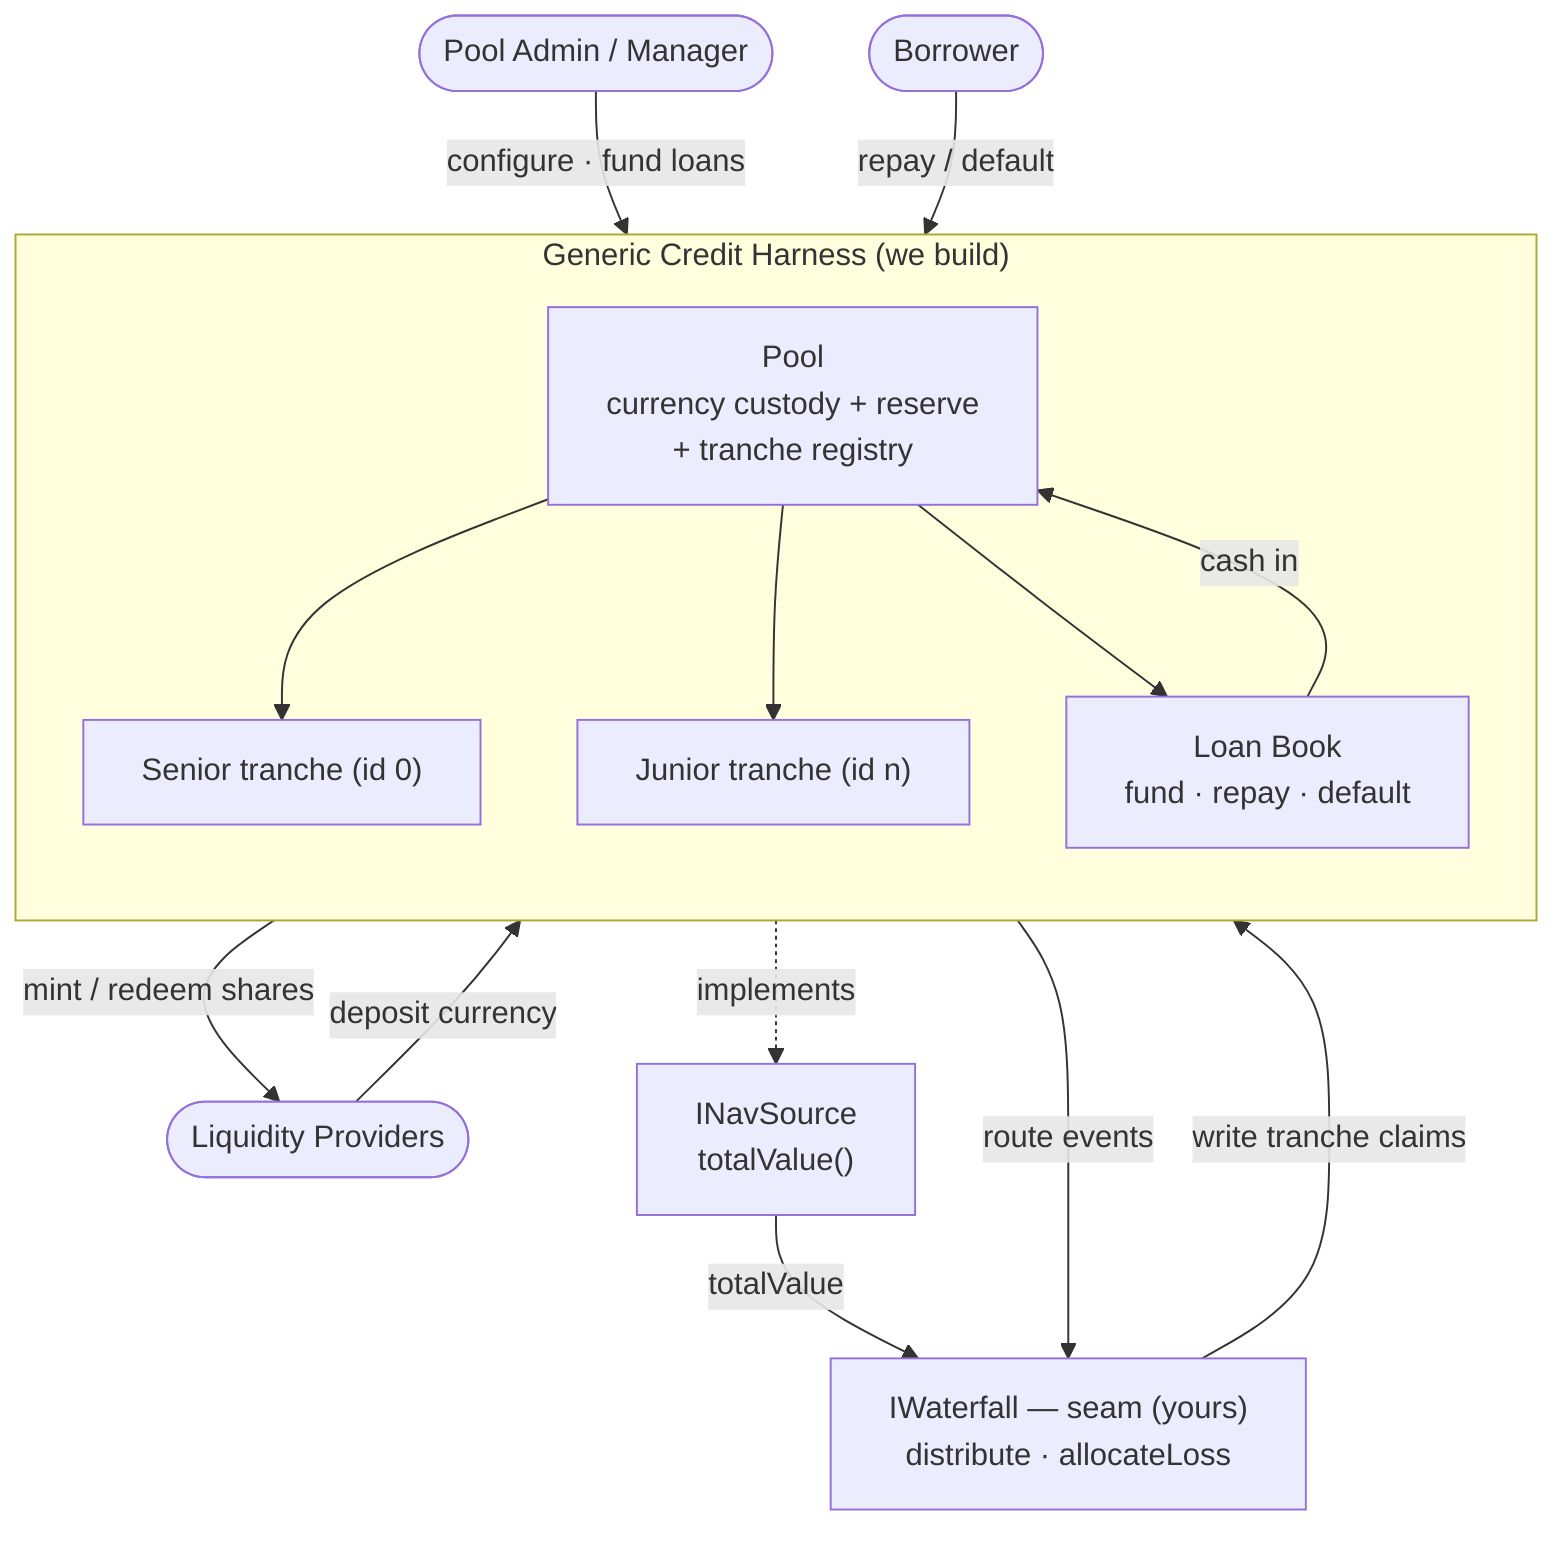
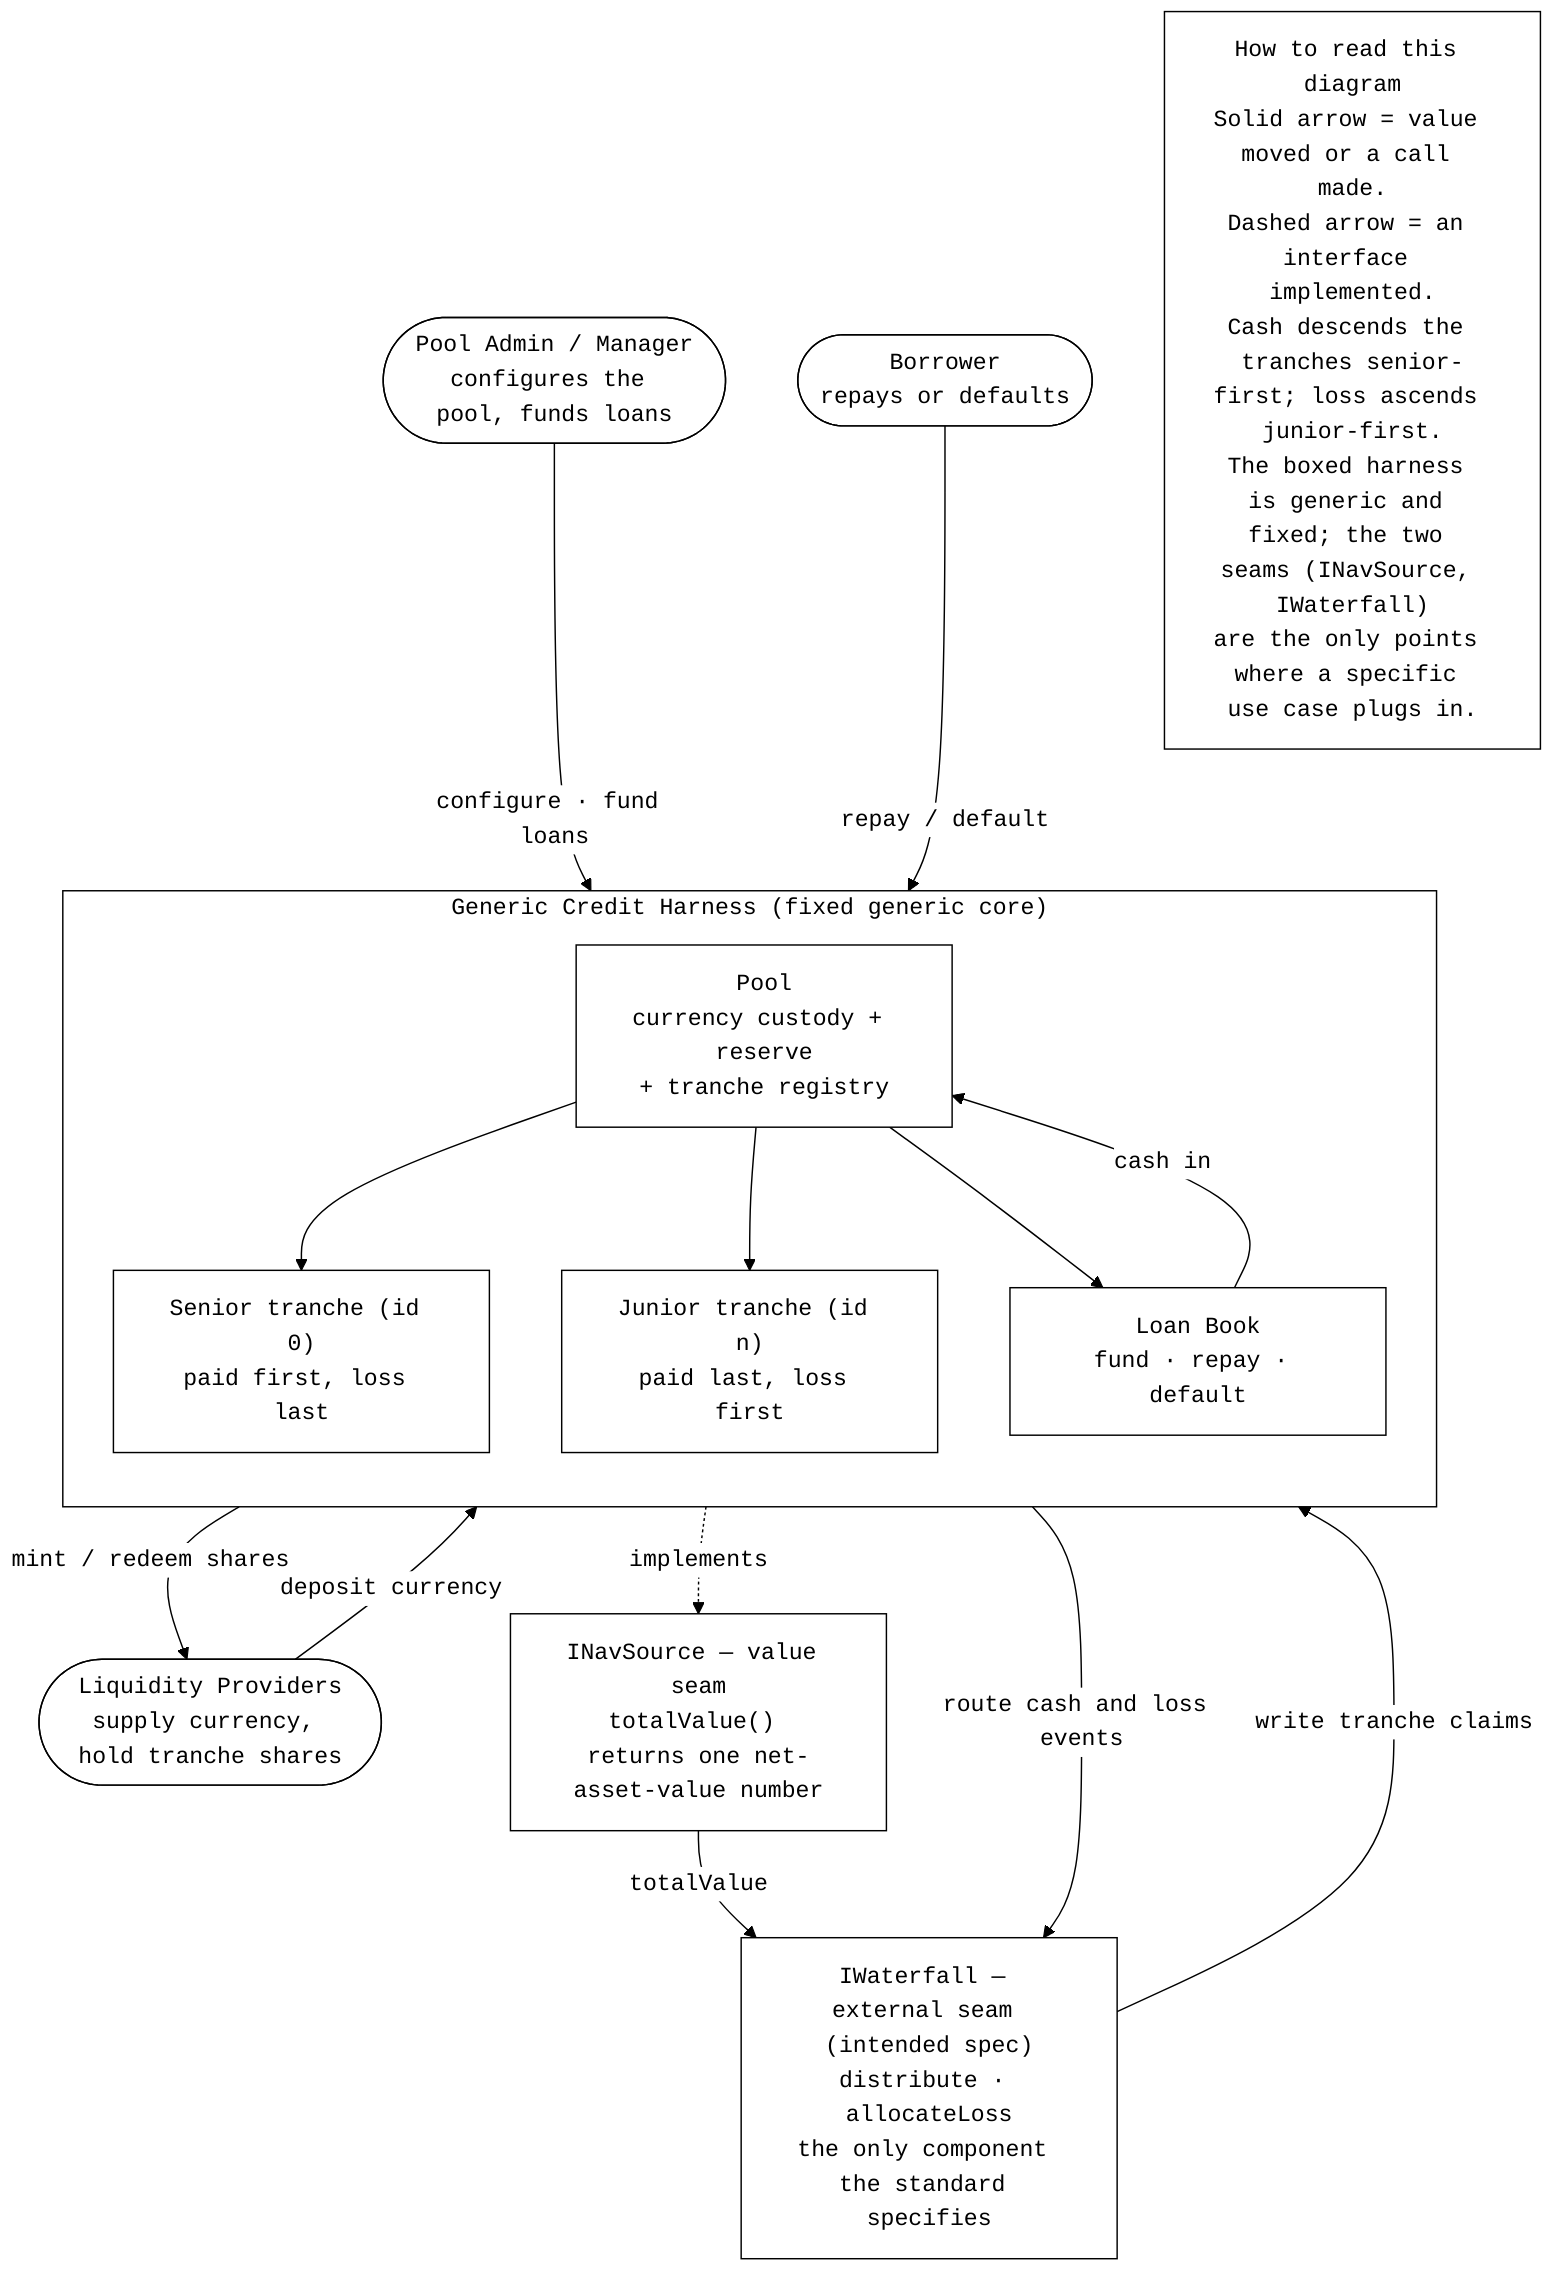
+ %%{init: {'theme':'base','themeVariables':{'primaryColor':'#ffffff','primaryTextColor':'#000000','primaryBorderColor':'#000000','lineColor':'#000000','secondaryColor':'#ffffff','secondaryTextColor':'#000000','secondaryBorderColor':'#000000','tertiaryColor':'#ffffff','tertiaryTextColor':'#000000','tertiaryBorderColor':'#000000','clusterBkg':'#ffffff','clusterBorder':'#000000','edgeLabelBackground':'#ffffff','fontFamily':'monospace'}}}%%
%% Hooke-Centrifuge — generic credit harness, all components connected.
- %% Waterfall is an external seam (owned separately), shown but not detailed.
+ %% The waterfall is an external seam (specified separately), shown but not detailed.
flowchart TB
-   LP(["Liquidity Providers"])
-   ADMIN(["Pool Admin / Manager"])
-   BORROWER(["Borrower"])
+   LP(["Liquidity Providers<br/>supply currency, hold tranche shares"])
+   ADMIN(["Pool Admin / Manager<br/>configures the pool, funds loans"])
+   BORROWER(["Borrower<br/>repays or defaults"])

-   subgraph HARNESS["Generic Credit Harness (we build)"]
+   subgraph HARNESS["Generic Credit Harness (fixed generic core)"]
    direction TB
    POOL["Pool<br/>currency custody + reserve<br/>+ tranche registry"]
-     SENIOR["Senior tranche (id 0)"]
-     JUNIOR["Junior tranche (id n)"]
+     SENIOR["Senior tranche (id 0)<br/>paid first, loss last"]
+     JUNIOR["Junior tranche (id n)<br/>paid last, loss first"]
    LOANBOOK["Loan Book<br/>fund · repay · default"]
    POOL --> SENIOR
    POOL --> JUNIOR
    POOL --> LOANBOOK
  end

-   NAV["INavSource<br/>totalValue()"]
-   WF["IWaterfall — seam (yours)<br/>distribute · allocateLoss"]
+   NAV["INavSource — value seam<br/>totalValue() returns one net-asset-value number"]
+   WF["IWaterfall — external seam (intended spec)<br/>distribute · allocateLoss<br/>the only component the standard specifies"]

  LP -->|"deposit currency"| POOL
  POOL -->|"mint / redeem shares"| LP
  ADMIN -->|"configure · fund loans"| POOL
  BORROWER -->|"repay / default"| LOANBOOK
  LOANBOOK -.->|"implements"| NAV
  LOANBOOK -->|"cash in"| POOL
-   POOL -->|"route events"| WF
+   POOL -->|"route cash and loss events"| WF
  NAV -->|"totalValue"| WF
  WF -->|"write tranche claims"| POOL
+ 
+   LEGEND["How to read this diagram<br/>Solid arrow = value moved or a call made.<br/>Dashed arrow = an interface implemented.<br/>Cash descends the tranches senior-first; loss ascends junior-first.<br/>The boxed harness is generic and fixed; the two seams (INavSource, IWaterfall)<br/>are the only points where a specific use case plugs in."]
